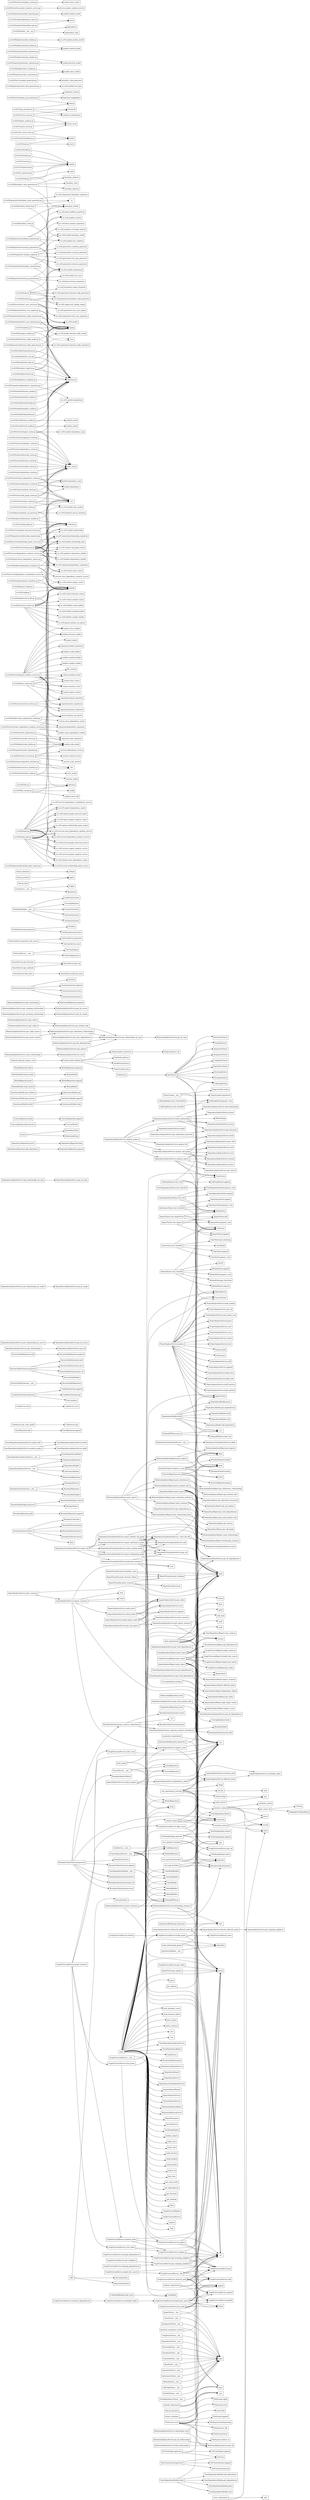
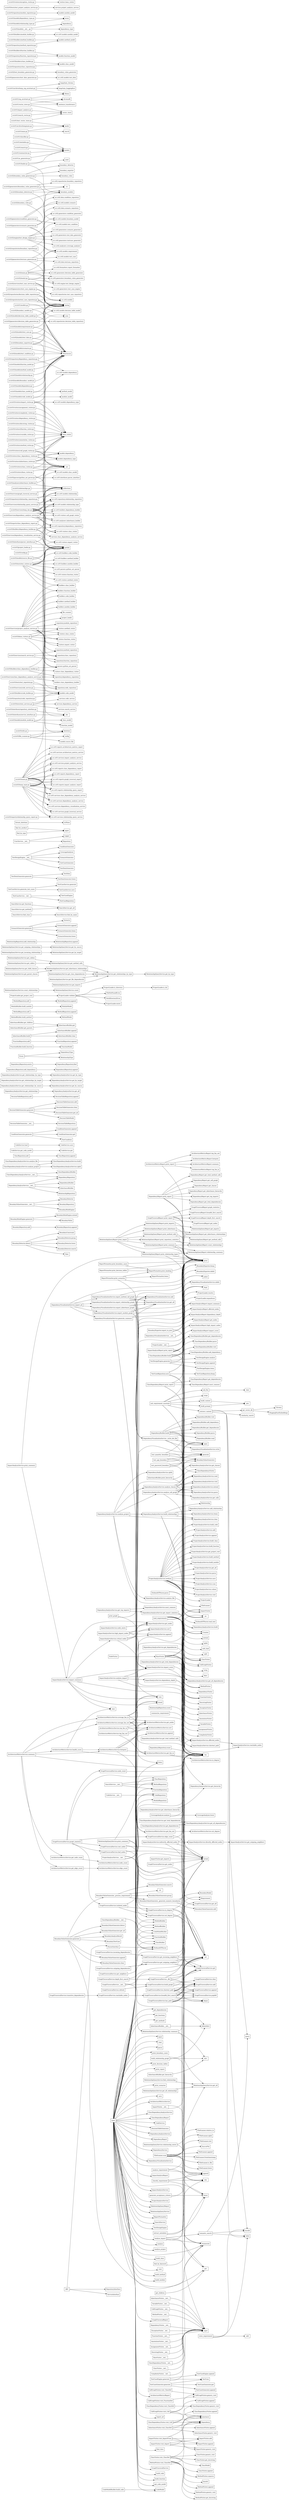
digraph "Relationship Graph" {
    rankdir=LR;
    node [shape=box];

    "ABC" -> "ParserInterface";
    "ABC" -> "RepositoryInterface";
    "ABC" -> "ServiceInterface";
    "AnnotationVisitor.__init__" -> "super";
+     "ArchitectureMetricsReport.print_report" -> "ArchitectureMetricsReport.hotspots";
+     "ArchitectureMetricsReport.print_report" -> "ArchitectureMetricsReport.summary";
+     "ArchitectureMetricsReport.print_report" -> "ArchitectureMetricsReport.top_fan_in";
+     "ArchitectureMetricsReport.print_report" -> "ArchitectureMetricsReport.top_fan_out";
+     "ArchitectureMetricsReport.print_report" -> "print";
+     "ArchitectureMetricsService.average_fan_in" -> "ArchitectureMetricsService.get_fan_in";
+     "ArchitectureMetricsService.average_fan_in" -> "ArchitectureMetricsService.get_nodes";
+     "ArchitectureMetricsService.average_fan_in" -> "len";
+     "ArchitectureMetricsService.average_fan_in" -> "round";
+     "ArchitectureMetricsService.average_fan_in" -> "sum";
+     "ArchitectureMetricsService.average_fan_out" -> "ArchitectureMetricsService.get_fan_out";
+     "ArchitectureMetricsService.average_fan_out" -> "ArchitectureMetricsService.get_nodes";
+     "ArchitectureMetricsService.average_fan_out" -> "len";
+     "ArchitectureMetricsService.average_fan_out" -> "round";
+     "ArchitectureMetricsService.average_fan_out" -> "sum";
+     "ArchitectureMetricsService.get_edge_count" -> "ArchitectureMetricsService.edge_count";
+     "ArchitectureMetricsService.get_fan_in" -> "ArchitectureMetricsService.in_degree";
+     "ArchitectureMetricsService.get_fan_out" -> "ArchitectureMetricsService.out_degree";
+     "ArchitectureMetricsService.get_node_count" -> "ArchitectureMetricsService.node_count";
+     "ArchitectureMetricsService.health_score" -> "ArchitectureMetricsService.hotspots";
+     "ArchitectureMetricsService.health_score" -> "len";
+     "ArchitectureMetricsService.health_score" -> "max";
+     "ArchitectureMetricsService.hotspots" -> "ArchitectureMetricsService.append";
+     "ArchitectureMetricsService.hotspots" -> "ArchitectureMetricsService.get_fan_in";
+     "ArchitectureMetricsService.hotspots" -> "ArchitectureMetricsService.get_fan_out";
+     "ArchitectureMetricsService.hotspots" -> "ArchitectureMetricsService.get_nodes";
+     "ArchitectureMetricsService.hotspots" -> "ArchitectureMetricsService.sort";
+     "ArchitectureMetricsService.summary" -> "ArchitectureMetricsService.average_fan_in";
+     "ArchitectureMetricsService.summary" -> "ArchitectureMetricsService.average_fan_out";
+     "ArchitectureMetricsService.summary" -> "ArchitectureMetricsService.get_edge_count";
+     "ArchitectureMetricsService.summary" -> "ArchitectureMetricsService.get_node_count";
+     "ArchitectureMetricsService.summary" -> "ArchitectureMetricsService.health_score";
+     "ArchitectureMetricsService.summary" -> "ArchitectureMetricsService.hotspots";
+     "ArchitectureMetricsService.summary" -> "len";
+     "ArchitectureMetricsService.top_fan_in" -> "ArchitectureMetricsService.get_fan_in";
+     "ArchitectureMetricsService.top_fan_in" -> "ArchitectureMetricsService.get_nodes";
+     "ArchitectureMetricsService.top_fan_in" -> "ArchitectureMetricsService.sort";
+     "ArchitectureMetricsService.top_fan_out" -> "ArchitectureMetricsService.get_fan_out";
+     "ArchitectureMetricsService.top_fan_out" -> "ArchitectureMetricsService.get_nodes";
+     "ArchitectureMetricsService.top_fan_out" -> "ArchitectureMetricsService.sort";
    "AssignmentVisitor.__init__" -> "super";
    "BaseVisitor" -> "AnnotationVisitor";
    "BaseVisitor" -> "AssignmentVisitor";
    "BaseVisitor" -> "CallGraphVisitor";
    "BaseVisitor" -> "ClassDependencyVisitor";
    "BaseVisitor" -> "ClassVisitor";
    "BaseVisitor" -> "ComplexityVisitor";
    "BaseVisitor" -> "DependencyVisitor";
    "BaseVisitor" -> "DocstringVisitor";
    "BaseVisitor" -> "ExceptionVisitor";
    "BaseVisitor" -> "FunctionVisitor";
    "BaseVisitor" -> "ImportVisitor";
    "BaseVisitor" -> "InheritanceVisitor";
    "BaseVisitor" -> "MethodVisitor";
    "BaseVisitor" -> "VariableVisitor";
    "BaseVisitor.__init__" -> "super";
    "BoundaryDetector.detect" -> "BoundaryConstraint";
    "BoundaryDetector.detect" -> "BoundaryDetector.group";
    "BoundaryDetector.detect" -> "BoundaryDetector.lower";
    "BoundaryDetector.detect" -> "BoundaryDetector.search";
    "BoundaryDetector.detect" -> "float";
    "BoundaryExporter.export_to_json" -> "BoundaryExporter.dump";
    "BoundaryExporter.export_to_json" -> "BoundaryExporter.mkdir";
    "BoundaryExporter.export_to_json" -> "Path";
    "BoundaryExporter.export_to_json" -> "asdict";
    "BoundaryExporter.export_to_json" -> "open";
    "BoundaryExporter.export_to_json" -> "print";
    "BoundaryRepository.add" -> "BoundaryRepository.append";
    "BoundaryRuleEngine.generate" -> "BoundaryRuleEngine.extend";
    "BoundaryRuleEngine.generate" -> "BoundaryValue";
    "BoundaryValueGenerator.__init__" -> "BoundaryDetector";
    "BoundaryValueGenerator.__init__" -> "BoundaryRepository";
    "BoundaryValueGenerator.__init__" -> "BoundaryRuleEngine";
    "BoundaryValueGenerator._generate_numeric_boundaries" -> "BoundaryModel";
    "BoundaryValueGenerator._generate_numeric_boundaries" -> "BoundaryValueGenerator.add";
    "BoundaryValueGenerator._generate_numeric_boundaries" -> "str";
    "BoundaryValueGenerator._process_requirement" -> "BoundaryValueGenerator._generate_numeric_boundaries";
    "BoundaryValueGenerator._process_requirement" -> "BoundaryValueGenerator.group";
    "BoundaryValueGenerator._process_requirement" -> "BoundaryValueGenerator.search";
    "BoundaryValueGenerator._process_requirement" -> "int";
    "BoundaryValueGenerator.generate" -> "BoundaryAnalysisResult";
    "BoundaryValueGenerator.generate" -> "BoundaryTestCase";
    "BoundaryValueGenerator.generate" -> "BoundaryValueGenerator._process_requirement";
    "BoundaryValueGenerator.generate" -> "BoundaryValueGenerator.append";
    "BoundaryValueGenerator.generate" -> "BoundaryValueGenerator.clear";
    "BoundaryValueGenerator.generate" -> "BoundaryValueGenerator.detect";
    "BoundaryValueGenerator.generate" -> "BoundaryValueGenerator.get_all";
    "BoundaryValueGenerator.generate" -> "enumerate";
    "CallGraphVisitor.__init__" -> "super";
    "CallGraphVisitor.visit_Call" -> "CallGraphVisitor.append";
    "CallGraphVisitor.visit_Call" -> "CallGraphVisitor.generic_visit";
    "CallGraphVisitor.visit_Call" -> "Dependency";
    "CallGraphVisitor.visit_Call" -> "isinstance";
    "CallGraphVisitor.visit_ClassDef" -> "CallGraphVisitor.generic_visit";
    "CallGraphVisitor.visit_FunctionDef" -> "CallGraphVisitor.generic_visit";
    "ClassDependencyAnalysisService.__init__" -> "ClassDependencyBuilder";
    "ClassDependencyAnalysisService.__init__" -> "DependencyRepository";
    "ClassDependencyAnalysisService.analyze_file" -> "ClassDependencyAnalysisService.build";
    "ClassDependencyAnalysisService.analyze_project" -> "ClassDependencyAnalysisService.build";
    "ClassDependencyAnalysisService.analyze_project" -> "ClassDependencyAnalysisService.rglob";
    "ClassDependencyAnalysisService.get_dependencies" -> "ClassDependencyAnalysisService.get_all_dependencies";
    "ClassDependencyAnalysisService.get_total_dependencies" -> "ClassDependencyAnalysisService.get_all_dependencies";
    "ClassDependencyAnalysisService.get_total_dependencies" -> "len";
    "ClassDependencyBuilder.__init__" -> "PythonASTParser";
    "ClassDependencyBuilder.build" -> "ClassDependencyBuilder.add_dependency";
    "ClassDependencyBuilder.build" -> "ClassDependencyBuilder.get_dependencies";
    "ClassDependencyBuilder.build" -> "ClassDependencyBuilder.parse";
    "ClassDependencyBuilder.build" -> "ClassDependencyBuilder.visit";
    "ClassDependencyBuilder.build" -> "ClassDependencyVisitor";
    "ClassDependencyReport.print_report" -> "ClassDependencyReport.get_dependencies";
    "ClassDependencyReport.print_report" -> "ClassDependencyReport.most_common";
    "ClassDependencyReport.print_report" -> "Counter";
    "ClassDependencyReport.print_report" -> "len";
    "ClassDependencyReport.print_report" -> "print";
    "ClassDependencyVisitor.__init__" -> "super";
    "ClassDependencyVisitor.visit_Call" -> "ClassDependencyVisitor.append";
    "ClassDependencyVisitor.visit_Call" -> "ClassDependencyVisitor.generic_visit";
    "ClassDependencyVisitor.visit_Call" -> "Dependency";
    "ClassDependencyVisitor.visit_Call" -> "isinstance";
    "ClassDependencyVisitor.visit_ClassDef" -> "ClassDependencyVisitor.generic_visit";
    "ClassRepository.add" -> "ClassRepository.append";
    "ClassVisitor.__init__" -> "super";
    "ClassVisitor.visit_ClassDef" -> "ClassModel";
    "ClassVisitor.visit_ClassDef" -> "ClassVisitor.append";
    "ClassVisitor.visit_ClassDef" -> "ClassVisitor.generic_visit";
    "ClassVisitor.visit_ClassDef" -> "ClassVisitor.get_docstring";
    "ClassVisitor.visit_ClassDef" -> "isinstance";
    "CodeModelBuilder.build_code" -> "CodeModel";
    "CodeService.__init__" -> "CodeRepository";
    "CodeService.get_code_model" -> "CodeService.get";
    "CodeService.load" -> "CodeService.save";
    "ComplexityVisitor.__init__" -> "super";
    "ConditionGenerator.generate" -> "ConditionGenerator.append";
    "ConditionGenerator.generate" -> "ConditionGenerator.get";
    "ConditionGenerator.generate" -> "TestCondition";
    "CoverageAnalyzer.analyze" -> "CoverageAnalyzer.lower";
    "CoverageAnalyzer.analyze" -> "len";
    "DecisionTableGenerator.__init__" -> "DecisionTableRepository";
    "DecisionTableGenerator.generate" -> "DecisionTableGenerator.add";
    "DecisionTableGenerator.generate" -> "DecisionTableGenerator.clear";
    "DecisionTableGenerator.generate" -> "DecisionTableGenerator.get_all";
    "DecisionTableGenerator.generate" -> "DecisionTableModel";
    "DecisionTableRepository.add" -> "DecisionTableRepository.append";
    "DependencyAnalysisService.__init__" -> "DependencyBuilder";
    "DependencyAnalysisService.__init__" -> "DependencyRepository";
    "DependencyAnalysisService.__init__" -> "InheritanceBuilder";
    "DependencyAnalysisService.__init__" -> "RelationshipRepository";
    "DependencyAnalysisService.analyze_call_graph" -> "CallGraphVisitor";
    "DependencyAnalysisService.analyze_call_graph" -> "DependencyAnalysisService.extend";
    "DependencyAnalysisService.analyze_call_graph" -> "DependencyAnalysisService.get_calls";
    "DependencyAnalysisService.analyze_call_graph" -> "DependencyAnalysisService.parse";
    "DependencyAnalysisService.analyze_call_graph" -> "DependencyAnalysisService.read";
    "DependencyAnalysisService.analyze_call_graph" -> "DependencyAnalysisService.visit";
    "DependencyAnalysisService.analyze_call_graph" -> "open";
    "DependencyAnalysisService.analyze_classes" -> "ClassVisitor";
    "DependencyAnalysisService.analyze_classes" -> "DependencyAnalysisService.extend";
    "DependencyAnalysisService.analyze_classes" -> "DependencyAnalysisService.get_classes";
    "DependencyAnalysisService.analyze_classes" -> "DependencyAnalysisService.parse";
    "DependencyAnalysisService.analyze_classes" -> "DependencyAnalysisService.read";
    "DependencyAnalysisService.analyze_classes" -> "DependencyAnalysisService.visit";
    "DependencyAnalysisService.analyze_classes" -> "open";
    "DependencyAnalysisService.analyze_file" -> "DependencyAnalysisService.build";
    "DependencyAnalysisService.analyze_project" -> "DependencyAnalysisService.analyze_call_graph";
    "DependencyAnalysisService.analyze_project" -> "DependencyAnalysisService.analyze_classes";
    "DependencyAnalysisService.analyze_project" -> "DependencyAnalysisService.analyze_file";
    "DependencyAnalysisService.analyze_project" -> "DependencyAnalysisService.build";
    "DependencyAnalysisService.analyze_project" -> "DependencyAnalysisService.build_relationships";
    "DependencyAnalysisService.analyze_project" -> "DependencyAnalysisService.clear";
    "DependencyAnalysisService.analyze_project" -> "DependencyAnalysisService.rglob";
    "DependencyAnalysisService.build_relationships" -> "DependencyAnalysisService.add_relationship";
    "DependencyAnalysisService.build_relationships" -> "DependencyAnalysisService.clear";
    "DependencyAnalysisService.build_relationships" -> "DependencyAnalysisService.get_all_dependencies";
    "DependencyAnalysisService.build_relationships" -> "DependencyAnalysisService.get_hierarchy";
    "DependencyAnalysisService.build_relationships" -> "DependencyAnalysisService.items";
    "DependencyAnalysisService.build_relationships" -> "Relationship";
    "DependencyAnalysisService.get_dependencies" -> "DependencyAnalysisService.get_all_dependencies";
    "DependencyAnalysisService.get_import_statistics" -> "Counter";
    "DependencyAnalysisService.get_import_statistics" -> "DependencyAnalysisService.get_all_dependencies";
    "DependencyAnalysisService.get_inheritance_hierarchy" -> "DependencyAnalysisService.get_hierarchy";
    "DependencyAnalysisService.get_relationships" -> "DependencyAnalysisService.get_all";
    "DependencyAnalysisService.get_relationships_by_source" -> "DependencyAnalysisService.get_by_source";
    "DependencyAnalysisService.get_relationships_by_target" -> "DependencyAnalysisService.get_by_target";
    "DependencyAnalysisService.get_relationships_by_type" -> "DependencyAnalysisService.get_by_type";
    "DependencyAnalysisService.get_top_imports" -> "DependencyAnalysisService.get_import_statistics";
    "DependencyAnalysisService.get_top_imports" -> "DependencyAnalysisService.most_common";
    "DependencyAnalysisService.get_total_dependencies" -> "DependencyAnalysisService.get_all_dependencies";
    "DependencyAnalysisService.get_total_dependencies" -> "len";
    "DependencyAnalysisService.get_total_method_calls" -> "len";
    "DependencyBuilder.build" -> "DependencyBuilder.add_dependency";
    "DependencyBuilder.build" -> "DependencyBuilder.get_dependencies";
    "DependencyBuilder.build" -> "DependencyBuilder.parse";
    "DependencyBuilder.build" -> "DependencyBuilder.read";
    "DependencyBuilder.build" -> "DependencyBuilder.visit";
    "DependencyBuilder.build" -> "ImportVisitor";
    "DependencyBuilder.build" -> "open";
    "DependencyBuilder.build" -> "str";
    "DependencyReport.print_report" -> "DependencyReport.get_call_graph";
    "DependencyReport.print_report" -> "DependencyReport.get_classes";
    "DependencyReport.print_report" -> "DependencyReport.get_inheritance_hierarchy";
    "DependencyReport.print_report" -> "DependencyReport.get_top_imports";
    "DependencyReport.print_report" -> "DependencyReport.get_total_dependencies";
    "DependencyReport.print_report" -> "DependencyReport.get_total_method_calls";
    "DependencyReport.print_report" -> "len";
    "DependencyReport.print_report" -> "print";
    "DependencyReport.print_report" -> "sorted";
    "DependencyRepository.add_dependency" -> "DependencyRepository.append";
    "DependencyRepository.count" -> "len";
    "DependencyRepository.exists" -> "DependencyRepository.find";
    "DependencyVisitor.__init__" -> "super";
    "DependencyVisualizationService.__init__" -> "DependencyVisualizationService.mkdir";
    "DependencyVisualizationService.__init__" -> "Path";
    "DependencyVisualizationService._write_dot_file" -> "DependencyVisualizationService.write";
    "DependencyVisualizationService._write_dot_file" -> "open";
    "DependencyVisualizationService._write_dot_file" -> "sorted";
    "DependencyVisualizationService.export_all" -> "DependencyVisualizationService.export_inheritance_graph";
    "DependencyVisualizationService.export_all" -> "DependencyVisualizationService.export_method_call_graph";
    "DependencyVisualizationService.export_all" -> "DependencyVisualizationService.export_module_graph";
    "DependencyVisualizationService.export_all" -> "DependencyVisualizationService.export_relationship_graph";
    "DependencyVisualizationService.export_all" -> "DependencyVisualizationService.generate_summary";
    "DependencyVisualizationService.export_all" -> "print";
    "DependencyVisualizationService.export_inheritance_graph" -> "DependencyVisualizationService._write_dot_file";
    "DependencyVisualizationService.export_inheritance_graph" -> "DependencyVisualizationService.add";
    "DependencyVisualizationService.export_inheritance_graph" -> "DependencyVisualizationService.get_all";
    "DependencyVisualizationService.export_inheritance_graph" -> "print";
    "DependencyVisualizationService.export_inheritance_graph" -> "set";
    "DependencyVisualizationService.export_method_call_graph" -> "DependencyVisualizationService._write_dot_file";
    "DependencyVisualizationService.export_method_call_graph" -> "DependencyVisualizationService.add";
    "DependencyVisualizationService.export_method_call_graph" -> "DependencyVisualizationService.get_all";
    "DependencyVisualizationService.export_method_call_graph" -> "print";
    "DependencyVisualizationService.export_method_call_graph" -> "set";
    "DependencyVisualizationService.export_module_graph" -> "DependencyVisualizationService._write_dot_file";
    "DependencyVisualizationService.export_module_graph" -> "DependencyVisualizationService.add";
    "DependencyVisualizationService.export_module_graph" -> "DependencyVisualizationService.get_all";
    "DependencyVisualizationService.export_module_graph" -> "print";
    "DependencyVisualizationService.export_module_graph" -> "set";
    "DependencyVisualizationService.export_relationship_graph" -> "DependencyVisualizationService._write_dot_file";
    "DependencyVisualizationService.export_relationship_graph" -> "DependencyVisualizationService.add";
    "DependencyVisualizationService.export_relationship_graph" -> "DependencyVisualizationService.get_all";
    "DependencyVisualizationService.export_relationship_graph" -> "print";
    "DependencyVisualizationService.export_relationship_graph" -> "set";
    "DependencyVisualizationService.generate_summary" -> "DependencyVisualizationService.get_all";
    "DependencyVisualizationService.generate_summary" -> "len";
    "DependencyVisualizationService.generate_summary" -> "print";
    "DependencyVisualizationService.generate_summary" -> "sum";
    "DocstringVisitor.__init__" -> "super";
    "Enum" -> "DependencyType";
    "Enum" -> "RelationshipType";
    "ExceptionVisitor.__init__" -> "super";
    "FileScanner.scan" -> "FileScanner.append";
    "FileScanner.scan" -> "FileScanner.fromtimestamp";
    "FileScanner.scan" -> "FileScanner.is_file";
    "FileScanner.scan" -> "FileScanner.lower";
    "FileScanner.scan" -> "FileScanner.relative_to";
    "FileScanner.scan" -> "FileScanner.rglob";
    "FileScanner.scan" -> "FileScanner.stat";
    "FileScanner.scan" -> "SourceFile";
    "FileScanner.scan" -> "any";
    "FunctionBuilder.build_function" -> "FunctionModel";
    "FunctionRepository.add" -> "FunctionRepository.append";
    "FunctionVisitor.__init__" -> "super";
    "GraphTraversalReport.print_report" -> "GraphTraversalReport.breadth_first_search";
    "GraphTraversalReport.print_report" -> "GraphTraversalReport.depth_first_search";
    "GraphTraversalReport.print_report" -> "GraphTraversalReport.get_nodes";
    "GraphTraversalReport.print_report" -> "GraphTraversalReport.graph_statistics";
    "GraphTraversalReport.print_report" -> "len";
    "GraphTraversalReport.print_report" -> "print";
    "GraphTraversalService.__init__" -> "GraphTraversalService.build_graph";
    "GraphTraversalService.__init__" -> "defaultdict";
    "GraphTraversalService.__init__" -> "set";
    "GraphTraversalService._dfs" -> "GraphTraversalService.add";
    "GraphTraversalService._dfs" -> "GraphTraversalService.append";
    "GraphTraversalService._dfs" -> "GraphTraversalService.get";
    "GraphTraversalService._dfs" -> "set";
    "GraphTraversalService._dfs" -> "sorted";
    "GraphTraversalService.breadth_first_search" -> "GraphTraversalService.add";
    "GraphTraversalService.breadth_first_search" -> "GraphTraversalService.append";
    "GraphTraversalService.breadth_first_search" -> "GraphTraversalService.get";
    "GraphTraversalService.breadth_first_search" -> "GraphTraversalService.popleft";
    "GraphTraversalService.breadth_first_search" -> "deque";
    "GraphTraversalService.breadth_first_search" -> "set";
    "GraphTraversalService.breadth_first_search" -> "sorted";
    "GraphTraversalService.build_graph" -> "GraphTraversalService.add";
    "GraphTraversalService.build_graph" -> "GraphTraversalService.clear";
    "GraphTraversalService.build_graph" -> "GraphTraversalService.get_all";
    "GraphTraversalService.depth_first_search" -> "GraphTraversalService._dfs";
    "GraphTraversalService.depth_first_search" -> "set";
    "GraphTraversalService.edge_count" -> "GraphTraversalService.get_all";
    "GraphTraversalService.edge_count" -> "len";
    "GraphTraversalService.get_incoming_neighbors" -> "GraphTraversalService.get";
    "GraphTraversalService.get_incoming_neighbors" -> "set";
    "GraphTraversalService.get_incoming_neighbors" -> "sorted";
    "GraphTraversalService.get_neighbors" -> "GraphTraversalService.get_outgoing_neighbors";
    "GraphTraversalService.get_nodes" -> "sorted";
    "GraphTraversalService.get_outgoing_neighbors" -> "GraphTraversalService.get";
    "GraphTraversalService.get_outgoing_neighbors" -> "set";
    "GraphTraversalService.get_outgoing_neighbors" -> "sorted";
    "GraphTraversalService.graph_statistics" -> "GraphTraversalService.edge_count";
    "GraphTraversalService.graph_statistics" -> "GraphTraversalService.isolated_nodes";
    "GraphTraversalService.graph_statistics" -> "GraphTraversalService.leaf_nodes";
    "GraphTraversalService.graph_statistics" -> "GraphTraversalService.node_count";
    "GraphTraversalService.graph_statistics" -> "GraphTraversalService.root_nodes";
    "GraphTraversalService.graph_statistics" -> "len";
    "GraphTraversalService.has_path" -> "GraphTraversalService.add";
    "GraphTraversalService.has_path" -> "GraphTraversalService.append";
    "GraphTraversalService.has_path" -> "GraphTraversalService.get";
    "GraphTraversalService.has_path" -> "GraphTraversalService.popleft";
    "GraphTraversalService.has_path" -> "deque";
    "GraphTraversalService.has_path" -> "set";
    "GraphTraversalService.in_degree" -> "GraphTraversalService.get";
    "GraphTraversalService.in_degree" -> "len";
    "GraphTraversalService.in_degree" -> "set";
    "GraphTraversalService.incoming_dependencies" -> "GraphTraversalService.get_incoming_neighbors";
    "GraphTraversalService.isolated_nodes" -> "GraphTraversalService.in_degree";
    "GraphTraversalService.isolated_nodes" -> "GraphTraversalService.out_degree";
    "GraphTraversalService.isolated_nodes" -> "sorted";
    "GraphTraversalService.leaf_nodes" -> "GraphTraversalService.out_degree";
    "GraphTraversalService.leaf_nodes" -> "sorted";
    "GraphTraversalService.node_count" -> "len";
    "GraphTraversalService.out_degree" -> "GraphTraversalService.get";
    "GraphTraversalService.out_degree" -> "len";
    "GraphTraversalService.out_degree" -> "set";
    "GraphTraversalService.outgoing_dependencies" -> "GraphTraversalService.get_outgoing_neighbors";
    "GraphTraversalService.reachable_nodes" -> "GraphTraversalService.breadth_first_search";
    "GraphTraversalService.refresh" -> "GraphTraversalService.build_graph";
    "GraphTraversalService.root_nodes" -> "GraphTraversalService.in_degree";
    "GraphTraversalService.root_nodes" -> "sorted";
    "GraphTraversalService.shortest_path" -> "GraphTraversalService.add";
    "GraphTraversalService.shortest_path" -> "GraphTraversalService.append";
    "GraphTraversalService.shortest_path" -> "GraphTraversalService.get";
    "GraphTraversalService.shortest_path" -> "GraphTraversalService.popleft";
    "GraphTraversalService.shortest_path" -> "deque";
    "GraphTraversalService.shortest_path" -> "set";
    "GraphTraversalService.shortest_path" -> "sorted";
    "GraphTraversalService.transitive_dependencies" -> "GraphTraversalService.reachable_nodes";
    "ImpactAnalysisReport.print_report" -> "ImpactAnalysisReport.affected_nodes";
    "ImpactAnalysisReport.print_report" -> "ImpactAnalysisReport.dependency_depth";
    "ImpactAnalysisReport.print_report" -> "ImpactAnalysisReport.get_nodes";
    "ImpactAnalysisReport.print_report" -> "ImpactAnalysisReport.high_impact_nodes";
    "ImpactAnalysisReport.print_report" -> "ImpactAnalysisReport.impact_score";
    "ImpactAnalysisReport.print_report" -> "ImpactAnalysisReport.impact_summary";
    "ImpactAnalysisReport.print_report" -> "len";
    "ImpactAnalysisReport.print_report" -> "print";
    "ImpactAnalysisService.affected_nodes" -> "ImpactAnalysisService.reachable_nodes";
    "ImpactAnalysisService.analyze_impact" -> "ImpactAnalysisService.affected_nodes";
    "ImpactAnalysisService.analyze_impact" -> "ImpactAnalysisService.dependency_depth";
    "ImpactAnalysisService.analyze_impact" -> "ImpactAnalysisService.impact_score";
    "ImpactAnalysisService.analyze_impact" -> "len";
    "ImpactAnalysisService.critical_nodes" -> "ImpactAnalysisService.append";
    "ImpactAnalysisService.critical_nodes" -> "ImpactAnalysisService.get_nodes";
    "ImpactAnalysisService.critical_nodes" -> "ImpactAnalysisService.impact_score";
    "ImpactAnalysisService.critical_nodes" -> "ImpactAnalysisService.sort";
    "ImpactAnalysisService.dependency_depth" -> "ImpactAnalysisService.reachable_nodes";
    "ImpactAnalysisService.dependency_depth" -> "ImpactAnalysisService.shortest_path";
    "ImpactAnalysisService.dependency_depth" -> "len";
    "ImpactAnalysisService.directly_affected_nodes" -> "ImpactAnalysisService.get_outgoing_neighbors";
    "ImpactAnalysisService.high_impact_nodes" -> "ImpactAnalysisService.append";
    "ImpactAnalysisService.high_impact_nodes" -> "ImpactAnalysisService.get_nodes";
    "ImpactAnalysisService.high_impact_nodes" -> "ImpactAnalysisService.impact_score";
    "ImpactAnalysisService.high_impact_nodes" -> "ImpactAnalysisService.sort";
    "ImpactAnalysisService.impact_score" -> "ImpactAnalysisService.affected_nodes";
    "ImpactAnalysisService.impact_score" -> "len";
    "ImpactAnalysisService.impact_summary" -> "ImpactAnalysisService.critical_nodes";
    "ImpactAnalysisService.impact_summary" -> "ImpactAnalysisService.get_nodes";
    "ImpactAnalysisService.impact_summary" -> "ImpactAnalysisService.impact_score";
    "ImpactAnalysisService.impact_summary" -> "len";
    "ImpactAnalysisService.impact_summary" -> "max";
    "ImpactAnalysisService.impact_summary" -> "round";
    "ImpactAnalysisService.impact_summary" -> "sum";
    "ImpactAnalysisService.indirectly_affected_nodes" -> "ImpactAnalysisService.affected_nodes";
    "ImpactAnalysisService.indirectly_affected_nodes" -> "ImpactAnalysisService.directly_affected_nodes";
    "ImpactAnalysisService.indirectly_affected_nodes" -> "set";
    "ImpactAnalysisService.indirectly_affected_nodes" -> "sorted";
    "ImpactAnalysisService.node_exists" -> "ImpactAnalysisService.get_nodes";
    "ImpactAnalysisService.print_summary" -> "ImpactAnalysisService.impact_summary";
    "ImpactAnalysisService.print_summary" -> "print";
    "ImportVisitor.__init__" -> "set";
    "ImportVisitor.__init__" -> "super";
    "ImportVisitor.get_imports" -> "sorted";
    "ImportVisitor.visit_Import" -> "Dependency";
    "ImportVisitor.visit_Import" -> "ImportVisitor.add";
    "ImportVisitor.visit_Import" -> "ImportVisitor.append";
    "ImportVisitor.visit_Import" -> "ImportVisitor.generic_visit";
    "ImportVisitor.visit_ImportFrom" -> "Dependency";
    "ImportVisitor.visit_ImportFrom" -> "ImportVisitor.add";
    "ImportVisitor.visit_ImportFrom" -> "ImportVisitor.append";
    "ImportVisitor.visit_ImportFrom" -> "ImportVisitor.generic_visit";
    "InheritanceBuilder.__init__" -> "defaultdict";
    "InheritanceBuilder.build" -> "InheritanceBuilder.append";
    "InheritanceBuilder.build" -> "InheritanceBuilder.clear";
    "InheritanceBuilder.get_children" -> "InheritanceBuilder.get";
    "InheritanceBuilder.get_hierarchy" -> "dict";
    "InheritanceBuilder.get_parents" -> "InheritanceBuilder.get";
    "InheritanceBuilder.print_hierarchy" -> "print";
    "InheritanceBuilder.print_hierarchy" -> "sorted";
    "InheritanceVisitor.__init__" -> "super";
    "InheritanceVisitor.visit_ClassDef" -> "Dependency";
    "InheritanceVisitor.visit_ClassDef" -> "InheritanceVisitor.append";
    "InheritanceVisitor.visit_ClassDef" -> "InheritanceVisitor.generic_visit";
    "InheritanceVisitor.visit_ClassDef" -> "isinstance";
    "MethodBuilder.build_method" -> "MethodModel";
    "MethodRepository.add" -> "MethodRepository.append";
    "MethodVisitor.__init__" -> "super";
    "MethodVisitor.visit_ClassDef" -> "MethodVisitor.append";
    "MethodVisitor.visit_ClassDef" -> "MethodVisitor.generic_visit";
    "MethodVisitor.visit_ClassDef" -> "MethodVisitor.get_docstring";
    "MethodVisitor.visit_ClassDef" -> "MethodVisitor.unparse";
    "MethodVisitor.visit_ClassDef" -> "hasattr";
    "MethodVisitor.visit_ClassDef" -> "isinstance";
    "ModuleBuilder.build_module" -> "ModuleModel";
    "ModuleRepository.add" -> "ModuleRepository.append";
    "NodeVisitor" -> "BaseVisitor";
    "ParserInterface" -> "PythonASTParser";
    "ProjectAnalysisService.__init__" -> "ClassBuilder";
    "ProjectAnalysisService.__init__" -> "ClassRepository";
    "ProjectAnalysisService.__init__" -> "CodeModelBuilder";
    "ProjectAnalysisService.__init__" -> "CodeRepository";
    "ProjectAnalysisService.__init__" -> "FunctionBuilder";
    "ProjectAnalysisService.__init__" -> "FunctionRepository";
    "ProjectAnalysisService.__init__" -> "MethodBuilder";
    "ProjectAnalysisService.__init__" -> "MethodRepository";
    "ProjectAnalysisService.__init__" -> "ModuleBuilder";
    "ProjectAnalysisService.__init__" -> "ModuleRepository";
    "ProjectAnalysisService.__init__" -> "PythonASTParser";
    "ProjectAnalysisService.analyze" -> "ClassVisitor";
    "ProjectAnalysisService.analyze" -> "FileScanner";
    "ProjectAnalysisService.analyze" -> "FunctionVisitor";
    "ProjectAnalysisService.analyze" -> "ImportVisitor";
    "ProjectAnalysisService.analyze" -> "MethodVisitor";
    "ProjectAnalysisService.analyze" -> "ProjectAnalysisService.add";
    "ProjectAnalysisService.analyze" -> "ProjectAnalysisService.append";
    "ProjectAnalysisService.analyze" -> "ProjectAnalysisService.build_class";
    "ProjectAnalysisService.analyze" -> "ProjectAnalysisService.build_code";
    "ProjectAnalysisService.analyze" -> "ProjectAnalysisService.build_function";
    "ProjectAnalysisService.analyze" -> "ProjectAnalysisService.build_method";
    "ProjectAnalysisService.analyze" -> "ProjectAnalysisService.build_module";
    "ProjectAnalysisService.analyze" -> "ProjectAnalysisService.get_all";
    "ProjectAnalysisService.analyze" -> "ProjectAnalysisService.get_project_root";
    "ProjectAnalysisService.analyze" -> "ProjectAnalysisService.parse";
    "ProjectAnalysisService.analyze" -> "ProjectAnalysisService.save";
    "ProjectAnalysisService.analyze" -> "ProjectAnalysisService.scan";
    "ProjectAnalysisService.analyze" -> "ProjectAnalysisService.values";
    "ProjectAnalysisService.analyze" -> "ProjectAnalysisService.visit";
    "ProjectAnalysisService.analyze" -> "ProjectLoader";
    "ProjectAnalysisService.analyze" -> "str";
    "ProjectLoader.__init__" -> "Path";
    "ProjectLoader.__init__" -> "ProjectLoader.expanduser";
    "ProjectLoader.__init__" -> "ProjectLoader.resolve";
    "ProjectLoader.get_project_root" -> "ProjectLoader.validate";
    "ProjectLoader.is_directory" -> "ProjectLoader.is_dir";
    "ProjectLoader.validate" -> "FileNotFoundError";
    "ProjectLoader.validate" -> "NotADirectoryError";
    "ProjectLoader.validate" -> "ProjectLoader.exists";
    "ProjectLoader.validate" -> "ProjectLoader.is_directory";
    "PythonASTParser.parse" -> "PythonASTParser.read_text";
    "PythonASTParser.parse" -> "str";
    "RelationshipQueryReport.print_imports" -> "RelationshipQueryReport.get_imports";
    "RelationshipQueryReport.print_imports" -> "print";
    "RelationshipQueryReport.print_inheritance" -> "RelationshipQueryReport.get_inheritance_relationships";
    "RelationshipQueryReport.print_inheritance" -> "print";
    "RelationshipQueryReport.print_method_calls" -> "RelationshipQueryReport.get_method_calls";
    "RelationshipQueryReport.print_method_calls" -> "print";
    "RelationshipQueryReport.print_relationship_types" -> "RelationshipQueryReport.relationship_summary";
    "RelationshipQueryReport.print_relationship_types" -> "print";
    "RelationshipQueryReport.print_relationship_types" -> "sorted";
    "RelationshipQueryReport.print_report" -> "RelationshipQueryReport.print_imports";
    "RelationshipQueryReport.print_report" -> "RelationshipQueryReport.print_inheritance";
    "RelationshipQueryReport.print_report" -> "RelationshipQueryReport.print_method_calls";
    "RelationshipQueryReport.print_report" -> "RelationshipQueryReport.print_relationship_types";
    "RelationshipQueryReport.print_report" -> "RelationshipQueryReport.print_repository_statistics";
    "RelationshipQueryReport.print_report" -> "RelationshipQueryReport.print_summary";
    "RelationshipQueryReport.print_report" -> "print";
    "RelationshipQueryReport.print_repository_statistics" -> "RelationshipQueryReport.count_relationships";
    "RelationshipQueryReport.print_repository_statistics" -> "print";
    "RelationshipQueryReport.print_summary" -> "RelationshipQueryReport.count_relationships";
    "RelationshipQueryReport.print_summary" -> "RelationshipQueryReport.relationship_summary";
    "RelationshipQueryReport.print_summary" -> "len";
    "RelationshipQueryReport.print_summary" -> "print";
    "RelationshipQueryService.count_relationships" -> "RelationshipQueryService.count";
    "RelationshipQueryService.find_relationships" -> "RelationshipQueryService.get_all";
    "RelationshipQueryService.get_all_relationships" -> "RelationshipQueryService.get_all";
    "RelationshipQueryService.get_callees" -> "RelationshipQueryService.get_method_calls";
    "RelationshipQueryService.get_callers" -> "RelationshipQueryService.get_method_calls";
    "RelationshipQueryService.get_child_classes" -> "RelationshipQueryService.get_inheritance_relationships";
    "RelationshipQueryService.get_class_dependencies" -> "RelationshipQueryService.get_relationships_by_type";
    "RelationshipQueryService.get_file_dependencies" -> "RelationshipQueryService.get_relationships_by_type";
    "RelationshipQueryService.get_imports" -> "RelationshipQueryService.get_relationships_by_type";
    "RelationshipQueryService.get_incoming_relationships" -> "RelationshipQueryService.get_by_target";
    "RelationshipQueryService.get_inheritance_relationships" -> "RelationshipQueryService.get_relationships_by_type";
    "RelationshipQueryService.get_method_calls" -> "RelationshipQueryService.get_relationships_by_type";
    "RelationshipQueryService.get_outgoing_relationships" -> "RelationshipQueryService.get_by_source";
    "RelationshipQueryService.get_parent_classes" -> "RelationshipQueryService.get_inheritance_relationships";
    "RelationshipQueryService.get_relationships_by_type" -> "RelationshipQueryService.get_by_type";
    "RelationshipQueryService.print_summary" -> "RelationshipQueryService.relationship_summary";
    "RelationshipQueryService.print_summary" -> "print";
    "RelationshipQueryService.print_summary" -> "sorted";
    "RelationshipQueryService.relationship_exists" -> "RelationshipQueryService.get_all";
    "RelationshipQueryService.relationship_exists" -> "any";
    "RelationshipQueryService.relationship_summary" -> "Counter";
    "RelationshipQueryService.relationship_summary" -> "RelationshipQueryService.get_all";
    "RelationshipQueryService.relationship_summary" -> "dict";
    "RelationshipRepository.add_relationship" -> "RelationshipRepository.append";
    "RelationshipRepository.count" -> "len";
    "ReportFormatter.print_boundary_cases" -> "ReportFormatter.print_heading";
    "ReportFormatter.print_boundary_cases" -> "print";
    "ReportFormatter.print_decision_tables" -> "ReportFormatter.print_heading";
    "ReportFormatter.print_decision_tables" -> "print";
    "ReportFormatter.print_heading" -> "print";
    "ReportFormatter.print_scenarios" -> "ReportFormatter.items";
    "ReportFormatter.print_scenarios" -> "ReportFormatter.print_heading";
    "ReportFormatter.print_scenarios" -> "enumerate";
    "ReportFormatter.print_scenarios" -> "print";
    "ScenarioGenerator.generate" -> "Scenario";
    "ScenarioGenerator.generate" -> "ScenarioGenerator.append";
    "ScenarioGenerator.generate" -> "ScenarioGenerator.items";
    "ScenarioGenerator.generate" -> "ScenarioGenerator.lower";
    "SearchService.__init__" -> "ClassRepository";
    "SearchService.__init__" -> "FunctionRepository";
    "SearchService.__init__" -> "MethodRepository";
    "SearchService.find_class" -> "SearchService.find_by_name";
    "SearchService.get_functions" -> "SearchService.get_all";
    "SearchService.get_methods" -> "SearchService.get_all";
    "TestCaseEngine.generate" -> "TestCase";
    "TestCaseEngine.generate" -> "TestCaseEngine.append";
    "TestCaseEngine.generate" -> "enumerate";
    "TestCaseGenerator.generate" -> "TestCase";
    "TestCaseGenerator.generate" -> "TestCaseGenerator.append";
    "TestCaseGenerator.generate" -> "TestCaseGenerator.get";
    "TestCaseRepository.save" -> "TestCaseRepository.dump";
    "TestCaseRepository.save" -> "asdict";
    "TestCaseRepository.save" -> "len";
    "TestCaseRepository.save" -> "open";
    "TestCaseRepository.save" -> "print";
    "TestCaseService.__init__" -> "TestCaseEngine";
    "TestCaseService.__init__" -> "TestCaseRepository";
    "TestCaseService.generate_test_cases" -> "TestCaseService.generate";
    "TestCaseService.generate_test_cases" -> "TestCaseService.save";
    "TestDataGenerator.generate" -> "TestData";
    "TestDataGenerator.generate" -> "TestDataGenerator.lower";
    "TestDesignEngine.__init__" -> "ConditionGenerator";
    "TestDesignEngine.__init__" -> "CoverageAnalyzer";
    "TestDesignEngine.__init__" -> "ScenarioGenerator";
    "TestDesignEngine.__init__" -> "TestCaseGenerator";
    "TestDesignEngine.__init__" -> "TestDataGenerator";
    "TestDesignEngine.generate" -> "TestDesignEngine.analyze";
    "TestDesignEngine.generate" -> "TestDesignEngine.append";
    "TestDesignEngine.generate" -> "TestDesignEngine.items";
    "TestDesignEngine.generate" -> "print";
    "UserService.__init__" -> "Logger";
    "UserService.__init__" -> "Repository";
    "VariableVisitor.__init__" -> "super";
    "analyze_impact" -> "enumerate";
    "analyze_impact" -> "get";
    "analyze_impact" -> "len";
    "analyze_impact" -> "print";
    "analyze_impact" -> "semantic_search";
    "analyze_requirement" -> "append";
    "analyze_requirement" -> "len";
    "analyze_requirement" -> "lower";
    "ask_llm" -> "chat";
    "ask_requirement_assistant" -> "ask_llm";
    "ask_requirement_assistant" -> "build_context";
    "ask_requirement_assistant" -> "build_prompt";
    "ask_requirement_assistant" -> "enumerate";
    "ask_requirement_assistant" -> "len";
    "ask_requirement_assistant" -> "print";
    "ask_requirement_assistant" -> "range";
    "ask_requirement_assistant" -> "retrieve_context";
    "build_context" -> "join";
    "build_prompt" -> "join";
    "build_relationship_graph" -> "append";
    "build_relationship_graph" -> "defaultdict";
    "build_relationship_graph" -> "dict";
    "classify_requirement" -> "any";
    "classify_requirement" -> "append";
    "classify_requirement" -> "lower";
    "extract_metadata" -> "any";
    "extract_metadata" -> "lower";
    "find_by_keyword" -> "lower";
    "find_by_product" -> "upper";
    "find_by_type" -> "upper";
    "format_datetime" -> "strftime";
    "generate_acceptance_criteria" -> "append";
    "generate_acceptance_criteria" -> "lower";
    "get_children" -> "get";
    "get_vector_db" -> "Chroma";
    "get_vector_db" -> "HuggingFaceEmbeddings";
    "load_requirements" -> "Path";
    "load_requirements" -> "Requirement";
    "load_requirements" -> "append";
    "load_requirements" -> "extend";
    "load_requirements" -> "get";
    "load_requirements" -> "isinstance";
    "load_requirements" -> "keys";
    "load_requirements" -> "open";
    "load_requirements" -> "rglob";
    "load_requirements" -> "safe_load";
    "load_requirements" -> "split";
    "load_requirements" -> "strip";
+     "main" -> "ArchitectureMetricsReport";
+     "main" -> "ArchitectureMetricsService";
    "main" -> "BoundaryValueGenerator";
    "main" -> "ClassBuilder";
    "main" -> "ClassDependencyAnalysisService";
    "main" -> "ClassDependencyReport";
    "main" -> "ClassVisitor";
    "main" -> "CodeModel";
    "main" -> "CodeModelBuilder";
    "main" -> "CodeRepository";
    "main" -> "CodeService";
    "main" -> "DecisionTableGenerator";
    "main" -> "DependencyAnalysisService";
    "main" -> "DependencyReport";
    "main" -> "DependencyService";
    "main" -> "DependencyVisualizationService";
    "main" -> "FunctionBuilder";
    "main" -> "FunctionVisitor";
    "main" -> "GraphTraversalReport";
    "main" -> "GraphTraversalService";
    "main" -> "ImpactAnalysisReport";
    "main" -> "ImpactAnalysisService";
    "main" -> "ImportVisitor";
    "main" -> "MethodBuilder";
    "main" -> "MethodVisitor";
    "main" -> "ModuleBuilder";
    "main" -> "Path";
    "main" -> "ProjectAnalysisService";
    "main" -> "PythonASTParser";
    "main" -> "RelationshipQueryReport";
    "main" -> "RelationshipQueryService";
    "main" -> "ReportFormatter";
    "main" -> "Requirement";
    "main" -> "SearchService";
    "main" -> "TestDesignEngine";
    "main" -> "analyze";
    "main" -> "analyze_impact";
    "main" -> "analyze_project";
    "main" -> "append";
    "main" -> "build_class";
    "main" -> "build_code";
    "main" -> "build_function";
    "main" -> "build_method";
    "main" -> "build_module";
    "main" -> "enumerate";
    "main" -> "export_all";
    "main" -> "find_class";
    "main" -> "generate";
    "main" -> "get";
    "main" -> "get_code_model";
    "main" -> "get_dependencies";
    "main" -> "get_functions";
    "main" -> "get_methods";
    "main" -> "input";
    "main" -> "items";
    "main" -> "len";
    "main" -> "load";
    "main" -> "parse";
    "main" -> "print";
    "main" -> "print_boundary_cases";
    "main" -> "print_decision_tables";
    "main" -> "print_report";
    "main" -> "print_scenarios";
    "main" -> "save";
    "main" -> "sorted";
    "main" -> "visit";
    "print_graph" -> "items";
    "print_graph" -> "print";
    "retrieve_context" -> "encode";
    "retrieve_context" -> "get_vector_db";
    "retrieve_context" -> "query";
    "retrieve_context" -> "similarity_search";
    "retrieve_context" -> "tolist";
    "semantic_search" -> "encode";
    "semantic_search" -> "query";
    "semantic_search" -> "tolist";
    "src/ic01/ac_generator.py" -> "models";
    "src/ic01/archive/temp_rag_assistant.py" -> "langchain_chroma";
    "src/ic01/archive/temp_rag_assistant.py" -> "langchain_huggingface";
    "src/ic01/archive/temp_rag_assistant.py" -> "ollama";
    "src/ic01/archive/tempmain.py" -> "loader";
    "src/ic01/classifier.py" -> "models";
    "src/ic01/impact_analysis.py" -> "vector_store";
    "src/ic01/loader.py" -> "models";
    "src/ic01/loader.py" -> "pathlib";
    "src/ic01/loader.py" -> "yaml";
    "src/ic01/main.py" -> "loader";
    "src/ic01/main.py" -> "search";
    "src/ic01/metadata.py" -> "models";
    "src/ic01/models.py" -> "dataclasses";
    "src/ic01/models.py" -> "typing";
    "src/ic01/rag_assistant.py" -> "chromadb";
    "src/ic01/rag_assistant.py" -> "ollama";
    "src/ic01/rag_assistant.py" -> "sentence_transformers";
    "src/ic01/relationships.py" -> "collections";
    "src/ic01/search.py" -> "models";
    "src/ic01/search_vector.py" -> "vector_store";
    "src/ic01/summarizer.py" -> "models";
    "src/ic01/test_vector_store.py" -> "loader";
    "src/ic01/test_vector_store.py" -> "vector_store";
    "src/ic01/vector_store.py" -> "chromadb";
    "src/ic01/vector_store.py" -> "sentence_transformers";
    "src/ic01/vector_store.py" -> "vector_store";
    "src/ic02/boundary_detector.py" -> "boundary_models";
    "src/ic02/boundary_detector.py" -> "re";
    "src/ic02/boundary_detector.py" -> "typing";
    "src/ic02/boundary_exporter.py" -> "boundary_models";
    "src/ic02/boundary_exporter.py" -> "dataclasses";
    "src/ic02/boundary_exporter.py" -> "json";
    "src/ic02/boundary_exporter.py" -> "pathlib";
    "src/ic02/boundary_models.py" -> "dataclasses";
    "src/ic02/boundary_models.py" -> "typing";
    "src/ic02/boundary_rules.py" -> "boundary_models";
    "src/ic02/boundary_rules.py" -> "typing";
    "src/ic02/boundary_value_generator.py" -> "boundary_detector";
    "src/ic02/boundary_value_generator.py" -> "boundary_exporter";
    "src/ic02/boundary_value_generator.py" -> "boundary_models";
    "src/ic02/boundary_value_generator.py" -> "boundary_rules";
    "src/ic02/engine/test_design_engine.py" -> "src.ic02.analyzers.coverage_analyzer";
    "src/ic02/engine/test_design_engine.py" -> "src.ic02.generators.condition_generator";
    "src/ic02/engine/test_design_engine.py" -> "src.ic02.generators.scenario_generator";
    "src/ic02/engine/test_design_engine.py" -> "src.ic02.generators.test_data_generator";
    "src/ic02/engine/test_design_engine.py" -> "src.ic02.generators.testcase_generator";
    "src/ic02/engine/test_design_engine.py" -> "src.ic02.models.requirement";
    "src/ic02/generators/boundary_value_generator.py" -> "re";
    "src/ic02/generators/boundary_value_generator.py" -> "src.ic02.models.boundary_model";
    "src/ic02/generators/boundary_value_generator.py" -> "src.ic02.repositories.boundary_repository";
    "src/ic02/generators/condition_generator.py" -> "src.ic02.data.condition_repository";
    "src/ic02/generators/condition_generator.py" -> "src.ic02.models.scenario";
    "src/ic02/generators/condition_generator.py" -> "src.ic02.models.test_condition";
    "src/ic02/generators/condition_generator.py" -> "typing";
    "src/ic02/generators/decision_table_generator.py" -> "src.ic02.models.decision_table_model";
    "src/ic02/generators/decision_table_generator.py" -> "src.ic02.repositories.decision_table_repository";
    "src/ic02/generators/scenario_generator.py" -> "src.ic02.data.scenario_repository";
    "src/ic02/generators/scenario_generator.py" -> "src.ic02.models.requirement";
    "src/ic02/generators/scenario_generator.py" -> "src.ic02.models.scenario";
    "src/ic02/generators/scenario_generator.py" -> "typing";
    "src/ic02/generators/test_case_engine.py" -> "src.ic02.models";
    "src/ic02/generators/test_case_engine.py" -> "typing";
    "src/ic02/generators/test_data_generator.py" -> "src.ic02.models.test_data";
    "src/ic02/generators/testcase_generator.py" -> "src.ic02.data.testcase_repository";
    "src/ic02/generators/testcase_generator.py" -> "src.ic02.models.test_case";
    "src/ic02/generators/testcase_generator.py" -> "src.ic02.models.test_condition";
    "src/ic02/generators/testcase_generator.py" -> "typing";
    "src/ic02/main.py" -> "src.ic02.engine.test_design_engine";
    "src/ic02/main.py" -> "src.ic02.formatters.report_formatter";
    "src/ic02/main.py" -> "src.ic02.generators.boundary_value_generator";
    "src/ic02/main.py" -> "src.ic02.generators.decision_table_generator";
    "src/ic02/main.py" -> "src.ic02.models.requirement";
    "src/ic02/main2.py" -> "src.ic02.engine.test_design_engine";
    "src/ic02/main2.py" -> "src.ic02.generators.boundary_value_generator";
    "src/ic02/main2.py" -> "src.ic02.models.requirement";
    "src/ic02/models/boundary_model.py" -> "dataclasses";
    "src/ic02/models/decision_table_model.py" -> "dataclasses";
    "src/ic02/models/decision_table_model.py" -> "typing";
    "src/ic02/models/requirement.py" -> "dataclasses";
    "src/ic02/models/requirement.py" -> "typing";
    "src/ic02/models/scenario.py" -> "dataclasses";
    "src/ic02/models/test_case.py" -> "dataclasses";
    "src/ic02/models/test_case.py" -> "typing";
    "src/ic02/models/test_condition.py" -> "dataclasses";
    "src/ic02/models/test_data.py" -> "dataclasses";
    "src/ic02/models/test_data.py" -> "typing";
    "src/ic02/repositories/boundary_repository.py" -> "src.ic02.models.boundary_model";
    "src/ic02/repositories/boundary_repository.py" -> "typing";
    "src/ic02/repositories/decision_table_repository.py" -> "src.ic02.models.decision_table_model";
    "src/ic02/repositories/decision_table_repository.py" -> "typing";
    "src/ic02/repositories/test_case_repository.py" -> "dataclasses";
    "src/ic02/repositories/test_case_repository.py" -> "json";
    "src/ic02/repositories/test_case_repository.py" -> "src.ic02.models";
    "src/ic02/repositories/test_case_repository.py" -> "typing";
    "src/ic02/services/test_case_service.py" -> "src.ic02.generators.test_case_engine";
    "src/ic02/services/test_case_service.py" -> "src.ic02.models";
    "src/ic02/services/test_case_service.py" -> "src.ic02.repositories.test_case_repository";
    "src/ic02/services/test_case_service.py" -> "typing";
    "src/ic02/test_boundary_generator.py" -> "boundary_value_generator";
    "src/ic03/analyzers/inheritance_builder.py" -> "collections";
    "src/ic03/analyzers/inheritance_builder.py" -> "src.ic03.models.class_model";
    "src/ic03/builders/class_builder.py" -> "models.class_model";
    "src/ic03/builders/class_dependency_builder.py" -> "parsers.python_ast_parser";
    "src/ic03/builders/class_dependency_builder.py" -> "pathlib";
    "src/ic03/builders/class_dependency_builder.py" -> "repository.dependency_repository";
    "src/ic03/builders/class_dependency_builder.py" -> "visitors.class_dependency_visitor";
    "src/ic03/builders/code_builder.py" -> "models.code_model";
    "src/ic03/builders/dependency_builder.py" -> "ast";
    "src/ic03/builders/dependency_builder.py" -> "pathlib";
    "src/ic03/builders/dependency_builder.py" -> "src.ic03.repository.dependency_repository";
    "src/ic03/builders/dependency_builder.py" -> "src.ic03.visitors.import_visitor";
    "src/ic03/builders/function_builder.py" -> "models.function_model";
    "src/ic03/builders/method_builder.py" -> "models.method_model";
    "src/ic03/builders/module_builder.py" -> "src.ic03.models.module_model";
    "src/ic03/config.py" -> "pathlib";
    "src/ic03/demo_visitors.py" -> "parsers.python_ast_parser";
    "src/ic03/demo_visitors.py" -> "pathlib";
    "src/ic03/demo_visitors.py" -> "visitors.class_visitor";
    "src/ic03/demo_visitors.py" -> "visitors.function_visitor";
    "src/ic03/demo_visitors.py" -> "visitors.import_visitor";
    "src/ic03/demo_visitors.py" -> "visitors.method_visitor";
    "src/ic03/file_scanner.py" -> "config";
    "src/ic03/file_scanner.py" -> "datetime";
    "src/ic03/file_scanner.py" -> "models.source_file";
    "src/ic03/file_scanner.py" -> "pathlib";
    "src/ic03/interfaces/parser_interface.py" -> "abc";
    "src/ic03/interfaces/parser_interface.py" -> "ast";
    "src/ic03/interfaces/parser_interface.py" -> "pathlib";
    "src/ic03/interfaces/repository_interface.py" -> "abc";
    "src/ic03/interfaces/service_interface.py" -> "abc";
    "src/ic03/main.py" -> "pathlib";
+     "src/ic03/main.py" -> "src.ic03.reports.architecture_metrics_report";
    "src/ic03/main.py" -> "src.ic03.reports.class_dependency_report";
    "src/ic03/main.py" -> "src.ic03.reports.dependency_report";
    "src/ic03/main.py" -> "src.ic03.reports.graph_traversal_report";
    "src/ic03/main.py" -> "src.ic03.reports.impact_analysis_report";
    "src/ic03/main.py" -> "src.ic03.reports.relationship_query_report";
+     "src/ic03/main.py" -> "src.ic03.services.architecture_metrics_service";
    "src/ic03/main.py" -> "src.ic03.services.class_dependency_analysis_service";
    "src/ic03/main.py" -> "src.ic03.services.dependency_analysis_service";
    "src/ic03/main.py" -> "src.ic03.services.dependency_visualization_service";
    "src/ic03/main.py" -> "src.ic03.services.graph_traversal_service";
    "src/ic03/main.py" -> "src.ic03.services.impact_analysis_service";
    "src/ic03/main.py" -> "src.ic03.services.project_analysis_service";
    "src/ic03/main.py" -> "src.ic03.services.relationship_query_service";
    "src/ic03/models/__init__.py" -> "dependency";
    "src/ic03/models/__init__.py" -> "dependency_type";
    "src/ic03/models/class_model.py" -> "dataclasses";
    "src/ic03/models/class_model.py" -> "method_model";
    "src/ic03/models/code_model.py" -> "dataclasses";
    "src/ic03/models/code_model.py" -> "module_model";
    "src/ic03/models/dependency.py" -> "dataclasses";
    "src/ic03/models/dependency_type.py" -> "enum";
    "src/ic03/models/function_model.py" -> "dataclasses";
    "src/ic03/models/method_model.py" -> "dataclasses";
    "src/ic03/models/module_model.py" -> "class_model";
    "src/ic03/models/module_model.py" -> "dataclasses";
    "src/ic03/models/module_model.py" -> "function_model";
    "src/ic03/models/relationship.py" -> "dataclasses";
    "src/ic03/models/relationship_type.py" -> "enum";
    "src/ic03/models/source_file.py" -> "dataclasses";
    "src/ic03/models/source_file.py" -> "datetime";
    "src/ic03/models/source_file.py" -> "pathlib";
    "src/ic03/parsers/python_ast_parser.py" -> "ast";
    "src/ic03/parsers/python_ast_parser.py" -> "pathlib";
    "src/ic03/parsers/python_ast_parser.py" -> "src.ic03.interfaces.parser_interface";
    "src/ic03/project_loader.py" -> "pathlib";
    "src/ic03/reports/class_dependency_report.py" -> "collections";
    "src/ic03/reports/class_dependency_report.py" -> "services.class_dependency_analysis_service";
    "src/ic03/reports/relationship_query_report.py" -> "src.ic03.services.relationship_query_service";
    "src/ic03/repository/class_repository.py" -> "models.class_model";
    "src/ic03/repository/code_repository.py" -> "models.code_model";
    "src/ic03/repository/dependency_repository.py" -> "src.ic03.models.dependency";
    "src/ic03/repository/dependency_repository.py" -> "typing";
    "src/ic03/repository/function_repository.py" -> "models.function_model";
    "src/ic03/repository/method_repository.py" -> "models.method_model";
    "src/ic03/repository/module_repository.py" -> "models.module_model";
    "src/ic03/repository/relationship_repository.py" -> "collections";
    "src/ic03/repository/relationship_repository.py" -> "src.ic03.models.relationship";
    "src/ic03/services/class_dependency_analysis_service.py" -> "builders.class_dependency_builder";
    "src/ic03/services/class_dependency_analysis_service.py" -> "pathlib";
    "src/ic03/services/class_dependency_analysis_service.py" -> "repository.dependency_repository";
    "src/ic03/services/code_service.py" -> "models.code_model";
    "src/ic03/services/code_service.py" -> "repository.code_repository";
    "src/ic03/services/dependency_analysis_service.py" -> "ast";
    "src/ic03/services/dependency_analysis_service.py" -> "collections";
    "src/ic03/services/dependency_analysis_service.py" -> "pathlib";
    "src/ic03/services/dependency_analysis_service.py" -> "src.ic03.analyzers.inheritance_builder";
    "src/ic03/services/dependency_analysis_service.py" -> "src.ic03.builders.dependency_builder";
    "src/ic03/services/dependency_analysis_service.py" -> "src.ic03.models.relationship";
    "src/ic03/services/dependency_analysis_service.py" -> "src.ic03.models.relationship_type";
    "src/ic03/services/dependency_analysis_service.py" -> "src.ic03.repository.dependency_repository";
    "src/ic03/services/dependency_analysis_service.py" -> "src.ic03.repository.relationship_repository";
    "src/ic03/services/dependency_analysis_service.py" -> "src.ic03.visitors.call_graph_visitor";
    "src/ic03/services/dependency_analysis_service.py" -> "src.ic03.visitors.class_visitor";
    "src/ic03/services/dependency_visualization_service.py" -> "pathlib";
    "src/ic03/services/dependency_visualization_service.py" -> "src.ic03.models.relationship_type";
    "src/ic03/services/graph_traversal_service.py" -> "collections";
    "src/ic03/services/project_analysis_service.py" -> "builders.class_builder";
    "src/ic03/services/project_analysis_service.py" -> "builders.code_builder";
    "src/ic03/services/project_analysis_service.py" -> "builders.function_builder";
    "src/ic03/services/project_analysis_service.py" -> "builders.method_builder";
    "src/ic03/services/project_analysis_service.py" -> "builders.module_builder";
    "src/ic03/services/project_analysis_service.py" -> "file_scanner";
    "src/ic03/services/project_analysis_service.py" -> "parsers.python_ast_parser";
    "src/ic03/services/project_analysis_service.py" -> "project_loader";
    "src/ic03/services/project_analysis_service.py" -> "repository.class_repository";
    "src/ic03/services/project_analysis_service.py" -> "repository.code_repository";
    "src/ic03/services/project_analysis_service.py" -> "repository.function_repository";
    "src/ic03/services/project_analysis_service.py" -> "repository.method_repository";
    "src/ic03/services/project_analysis_service.py" -> "repository.module_repository";
    "src/ic03/services/project_analysis_service.py" -> "visitors.class_visitor";
    "src/ic03/services/project_analysis_service.py" -> "visitors.function_visitor";
    "src/ic03/services/project_analysis_service.py" -> "visitors.import_visitor";
    "src/ic03/services/project_analysis_service.py" -> "visitors.method_visitor";
    "src/ic03/services/relationship_query_service.py" -> "collections";
    "src/ic03/services/relationship_query_service.py" -> "src.ic03.models.relationship_type";
    "src/ic03/services/relationship_query_service.py" -> "src.ic03.repository.relationship_repository";
    "src/ic03/services/search_service.py" -> "repository.class_repository";
    "src/ic03/services/search_service.py" -> "repository.function_repository";
    "src/ic03/services/search_service.py" -> "repository.method_repository";
    "src/ic03/services/temp_das.py" -> "ast";
    "src/ic03/services/temp_das.py" -> "collections";
    "src/ic03/services/temp_das.py" -> "pathlib";
    "src/ic03/services/temp_das.py" -> "src.ic03.analyzers.inheritance_builder";
    "src/ic03/services/temp_das.py" -> "src.ic03.builders.dependency_builder";
    "src/ic03/services/temp_das.py" -> "src.ic03.models.relationship";
    "src/ic03/services/temp_das.py" -> "src.ic03.models.relationship_type";
    "src/ic03/services/temp_das.py" -> "src.ic03.repository.dependency_repository";
    "src/ic03/services/temp_das.py" -> "src.ic03.repository.relationship_repository";
    "src/ic03/services/temp_das.py" -> "src.ic03.visitors.call_graph_visitor";
    "src/ic03/services/temp_das.py" -> "src.ic03.visitors.class_visitor";
    "src/ic03/temp_main.py" -> "pathlib";
    "src/ic03/temp_main.py" -> "src.ic03.reports.class_dependency_report";
    "src/ic03/temp_main.py" -> "src.ic03.reports.dependency_report";
    "src/ic03/temp_main.py" -> "src.ic03.reports.graph_traversal_report";
    "src/ic03/temp_main.py" -> "src.ic03.reports.impact_analysis_report";
    "src/ic03/temp_main.py" -> "src.ic03.reports.relationship_query_report";
    "src/ic03/temp_main.py" -> "src.ic03.services.class_dependency_analysis_service";
    "src/ic03/temp_main.py" -> "src.ic03.services.dependency_analysis_service";
+     "src/ic03/temp_main.py" -> "src.ic03.services.dependency_visualization_service";
    "src/ic03/temp_main.py" -> "src.ic03.services.graph_traversal_service";
    "src/ic03/temp_main.py" -> "src.ic03.services.impact_analysis_service";
    "src/ic03/temp_main.py" -> "src.ic03.services.project_analysis_service";
    "src/ic03/temp_main.py" -> "src.ic03.services.relationship_query_service";
    "src/ic03/tests/test_project_analysis_service.py" -> "services.project_analysis_service";
    "src/ic03/tests/test_repository.py" -> "models.code_model";
    "src/ic03/tests/test_repository.py" -> "repository.code_repository";
    "src/ic03/tests/test_services.py" -> "models.code_model";
    "src/ic03/tests/test_services.py" -> "services.code_service";
    "src/ic03/tests/test_services.py" -> "services.dependency_service";
    "src/ic03/tests/test_services.py" -> "services.search_service";
    "src/ic03/tests/test_visitors.py" -> "builders.class_builder";
    "src/ic03/tests/test_visitors.py" -> "builders.function_builder";
    "src/ic03/tests/test_visitors.py" -> "pathlib";
    "src/ic03/tests/test_visitors.py" -> "src.ic03.builders.code_builder";
    "src/ic03/tests/test_visitors.py" -> "src.ic03.builders.method_builder";
    "src/ic03/tests/test_visitors.py" -> "src.ic03.builders.module_builder";
    "src/ic03/tests/test_visitors.py" -> "src.ic03.parsers.python_ast_parser";
    "src/ic03/tests/test_visitors.py" -> "src.ic03.visitors.class_visitor";
    "src/ic03/tests/test_visitors.py" -> "src.ic03.visitors.function_visitor";
    "src/ic03/tests/test_visitors.py" -> "src.ic03.visitors.import_visitor";
    "src/ic03/tests/test_visitors.py" -> "src.ic03.visitors.method_visitor";
    "src/ic03/utils.py" -> "datetime";
    "src/ic03/visitors/annotation_visitor.py" -> "base_visitor";
    "src/ic03/visitors/assignment_visitor.py" -> "base_visitor";
    "src/ic03/visitors/base_visitor.py" -> "ast";
    "src/ic03/visitors/call_graph_visitor.py" -> "ast";
    "src/ic03/visitors/call_graph_visitor.py" -> "base_visitor";
    "src/ic03/visitors/call_graph_visitor.py" -> "models.dependency";
    "src/ic03/visitors/call_graph_visitor.py" -> "models.dependency_type";
    "src/ic03/visitors/class_dependency_visitor.py" -> "ast";
    "src/ic03/visitors/class_dependency_visitor.py" -> "base_visitor";
    "src/ic03/visitors/class_dependency_visitor.py" -> "models.dependency";
    "src/ic03/visitors/class_dependency_visitor.py" -> "models.dependency_type";
    "src/ic03/visitors/class_visitor.py" -> "ast";
    "src/ic03/visitors/class_visitor.py" -> "base_visitor";
    "src/ic03/visitors/class_visitor.py" -> "src.ic03.models.class_model";
    "src/ic03/visitors/complexity_visitor.py" -> "base_visitor";
    "src/ic03/visitors/dependency_visitor.py" -> "base_visitor";
    "src/ic03/visitors/docstring_visitor.py" -> "base_visitor";
    "src/ic03/visitors/exception_visitor.py" -> "visitors.base_visitor";
    "src/ic03/visitors/function_visitor.py" -> "base_visitor";
    "src/ic03/visitors/import_visitor.py" -> "ast";
    "src/ic03/visitors/import_visitor.py" -> "base_visitor";
    "src/ic03/visitors/import_visitor.py" -> "src.ic03.models.dependency";
    "src/ic03/visitors/import_visitor.py" -> "src.ic03.models.dependency_type";
    "src/ic03/visitors/inheritance_visitor.py" -> "ast";
    "src/ic03/visitors/inheritance_visitor.py" -> "base_visitor";
    "src/ic03/visitors/inheritance_visitor.py" -> "models.dependency";
    "src/ic03/visitors/inheritance_visitor.py" -> "models.dependency_type";
    "src/ic03/visitors/method_visitor.py" -> "ast";
    "src/ic03/visitors/method_visitor.py" -> "base_visitor";
    "src/ic03/visitors/variable_visitor.py" -> "base_visitor";
    "store_requirement" -> "add";
    "store_requirement" -> "encode";
    "store_requirement" -> "tolist";
    "summarize_requirement" -> "len";
    "test_age_boundary" -> "BoundaryValueGenerator";
    "test_age_boundary" -> "generate";
    "test_age_boundary" -> "len";
    "test_age_boundary" -> "print";
    "test_password_boundary" -> "BoundaryValueGenerator";
    "test_password_boundary" -> "generate";
    "test_password_boundary" -> "len";
    "test_password_boundary" -> "print";
    "test_quantity_boundary" -> "BoundaryValueGenerator";
    "test_quantity_boundary" -> "generate";
    "test_quantity_boundary" -> "len";
    "test_quantity_boundary" -> "print";
}
